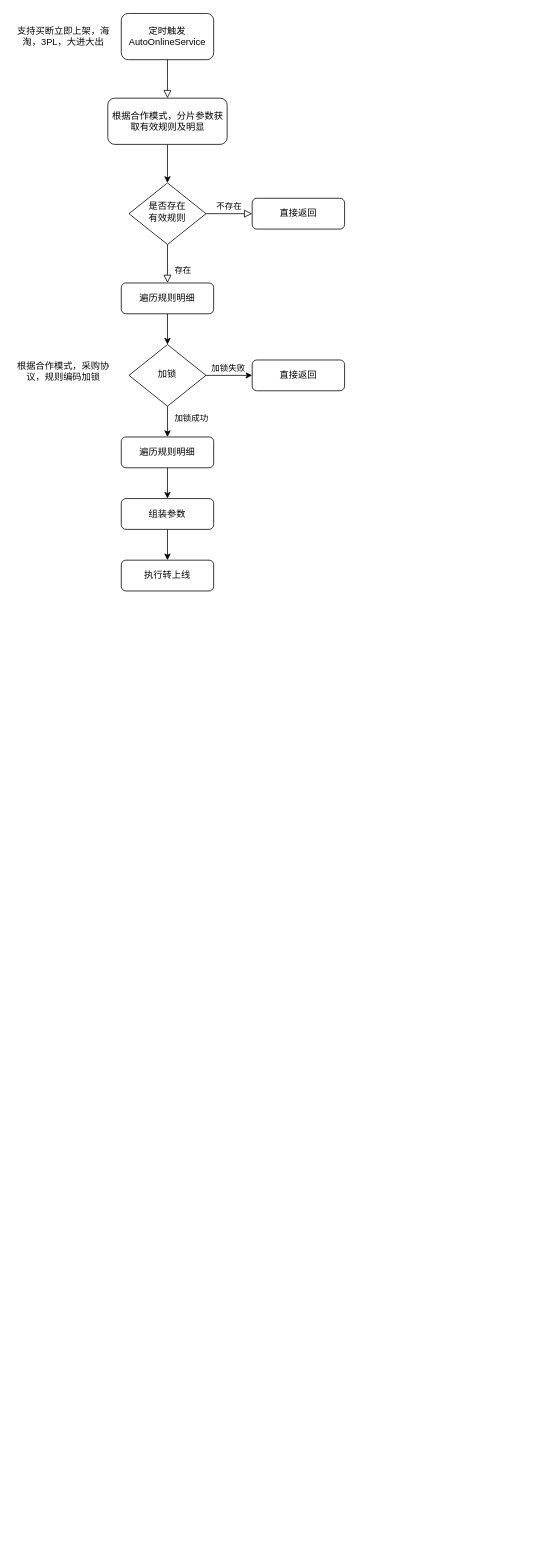
Above: src/main/java/swbrf/jvmpractice/未命名绘图.drawio in swbrf/exercise (draw.io), before the change. Source tidied: cells renumbered, new cells numbered last; positions are measured from the earlier drawing's top-left corner, leaving out a move shared by most shapes. Both pictures are drawn from the tidied source at 77%, with x=0, y=0 at pixel (13, 13).
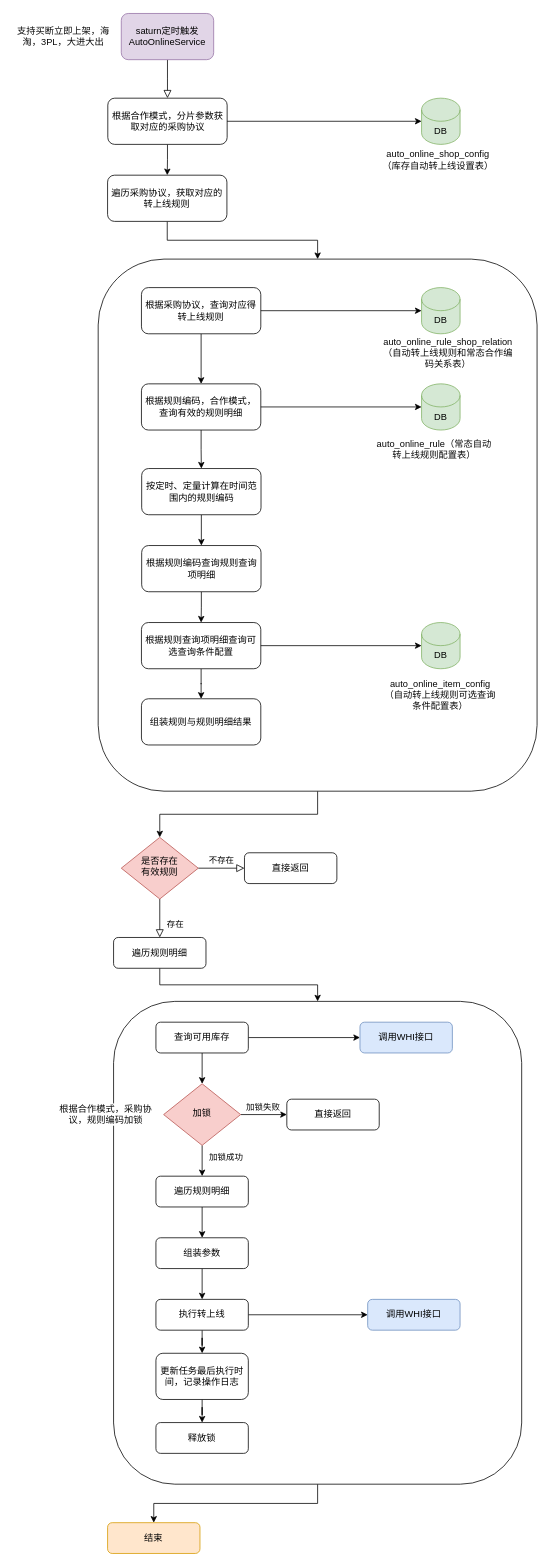
The same diagram, later.

Commit message:
更新未命名绘图.drawio

The edit, as a diff of the source:
```diff
@@
+    <mxCell id="25" style="edgeStyle=orthogonalEdgeStyle;rounded=0;jettySize=auto;html=1;" parent="1" edge="1" source="26" target="36">
+      <mxGeometry relative="1" as="geometry" />
+    </mxCell>
+    <mxCell id="26" style="rounded=1;whiteSpace=wrap;html=1;fontSize=12;glass=0;strokeWidth=1;shadow=0;" parent="1" vertex="1">
+      <mxGeometry x="130" y="1283" width="530" height="627" as="geometry" />
+    </mxCell>
+    <mxCell id="27" style="edgeStyle=orthogonalEdgeStyle;rounded=0;jettySize=auto;html=1;" parent="1" edge="1" source="28" target="8">
+      <mxGeometry relative="1" as="geometry" />
+    </mxCell>
+    <mxCell id="28" style="rounded=1;whiteSpace=wrap;html=1;fontSize=12;glass=0;strokeWidth=1;shadow=0;" parent="1" vertex="1">
+      <mxGeometry x="110" y="319" width="570" height="691" as="geometry" />
+    </mxCell>
@@
-    <mxCell id="3" value="定时触发&lt;div&gt;AutoOnlineService&lt;br&gt;&lt;/div&gt;" style="rounded=1;whiteSpace=wrap;html=1;fontSize=12;glass=0;strokeWidth=1;shadow=0;" parent="1" vertex="1">
+    <mxCell id="3" value="saturn定时触发&lt;div&gt;AutoOnlineService&lt;br&gt;&lt;/div&gt;" style="rounded=1;whiteSpace=wrap;html=1;fontSize=12;glass=0;strokeWidth=1;shadow=0;fillColor=#e1d5e7;strokeColor=#9673a6;" parent="1" vertex="1">
       <mxGeometry x="140" width="120" height="60" as="geometry" />
     </mxCell>
-    <mxCell id="4" style="edgeStyle=orthogonalEdgeStyle;rounded=0;jettySize=auto;html=1;" parent="1" edge="1" source="5" target="8">
-      <mxGeometry relative="1" as="geometry" />
-    </mxCell>
+    <mxCell id="29" style="edgeStyle=orthogonalEdgeStyle;rounded=0;jettySize=auto;html=1;" parent="1" edge="1" source="5" target="51">
+      <mxGeometry relative="1" as="geometry" />
+    </mxCell>
-    <mxCell id="5" value="根据合作模式，分片参数获取有效规则及明显" style="rounded=1;whiteSpace=wrap;html=1;fontSize=12;glass=0;strokeWidth=1;shadow=0;" parent="1" vertex="1">
+    <mxCell id="5" value="根据合作模式，分片参数获取对应的采购协议" style="rounded=1;whiteSpace=wrap;html=1;fontSize=12;glass=0;strokeWidth=1;shadow=0;" parent="1" vertex="1">
       <mxGeometry x="122.5" y="110" width="155" height="60" as="geometry" />
     </mxCell>
@@
-    <mxCell id="8" value="是否存在&lt;div&gt;有效规则&lt;/div&gt;" style="rhombus;whiteSpace=wrap;html=1;shadow=0;fontFamily=Helvetica;fontSize=12;align=center;strokeWidth=1;spacing=6;spacingTop=-4;" parent="1" vertex="1">
-      <mxGeometry x="150" y="220" width="100" height="80" as="geometry" />
+    <mxCell id="8" value="是否存在&lt;div&gt;有效规则&lt;/div&gt;" style="rhombus;whiteSpace=wrap;html=1;shadow=0;fontFamily=Helvetica;fontSize=12;align=center;strokeWidth=1;spacing=6;spacingTop=-4;fillColor=#f8cecc;strokeColor=#b85450;" parent="1" vertex="1">
+      <mxGeometry x="140" y="1070" width="100" height="80" as="geometry" />
     </mxCell>
-    <mxCell id="9" style="edgeStyle=orthogonalEdgeStyle;rounded=0;jettySize=auto;html=1;" parent="1" edge="1" source="10" target="17">
-      <mxGeometry relative="1" as="geometry" />
-    </mxCell>
+    <mxCell id="30" style="edgeStyle=orthogonalEdgeStyle;rounded=0;jettySize=auto;html=1;" parent="1" edge="1" source="10" target="26">
+      <mxGeometry relative="1" as="geometry" />
+    </mxCell>
     <mxCell id="10" value="遍历规则明细" style="rounded=1;whiteSpace=wrap;html=1;fontSize=12;glass=0;strokeWidth=1;shadow=0;" parent="1" vertex="1">
-      <mxGeometry x="140" y="350" width="120" height="40" as="geometry" />
+      <mxGeometry x="130" y="1200" width="120" height="40" as="geometry" />
     </mxCell>
     <mxCell id="11" value="直接返回" style="rounded=1;whiteSpace=wrap;html=1;fontSize=12;glass=0;strokeWidth=1;shadow=0;" parent="1" vertex="1">
-      <mxGeometry x="310" y="240" width="120" height="40" as="geometry" />
+      <mxGeometry x="300" y="1090" width="120" height="40" as="geometry" />
     </mxCell>
@@
-    <mxCell id="17" value="加锁" style="rhombus;whiteSpace=wrap;html=1;shadow=0;fontFamily=Helvetica;fontSize=12;align=center;strokeWidth=1;spacing=6;spacingTop=-4;" parent="1" vertex="1">
-      <mxGeometry x="150" y="430" width="100" height="80" as="geometry" />
+    <mxCell id="17" value="加锁" style="rhombus;whiteSpace=wrap;html=1;shadow=0;fontFamily=Helvetica;fontSize=12;align=center;strokeWidth=1;spacing=6;spacingTop=-4;fillColor=#f8cecc;strokeColor=#b85450;" parent="1" vertex="1">
+      <mxGeometry x="195" y="1390" width="100" height="80" as="geometry" />
     </mxCell>
     <mxCell id="18" value="&lt;p style=&quot;background-color: rgb(255, 255, 255);&quot;&gt;&lt;font color=&quot;#080808&quot;&gt;根据合作模式，采购协议，规则编码加锁&lt;/font&gt;&lt;/p&gt;" style="text;html=1;align=center;verticalAlign=middle;whiteSpace=wrap;rounded=0;" parent="1" vertex="1">
-      <mxGeometry y="450" width="130" height="30" as="geometry" />
+      <mxGeometry x="55" y="1415" width="130" height="30" as="geometry" />
     </mxCell>
     <mxCell id="19" value="直接返回" style="rounded=1;whiteSpace=wrap;html=1;fontSize=12;glass=0;strokeWidth=1;shadow=0;" parent="1" vertex="1">
-      <mxGeometry x="310" y="450" width="120" height="40" as="geometry" />
+      <mxGeometry x="355" y="1410" width="120" height="40" as="geometry" />
     </mxCell>
@@
     <mxCell id="21" value="遍历规则明细" style="rounded=1;whiteSpace=wrap;html=1;fontSize=12;glass=0;strokeWidth=1;shadow=0;" parent="1" vertex="1">
-      <mxGeometry x="140" y="550" width="120" height="40" as="geometry" />
+      <mxGeometry x="185" y="1510" width="120" height="40" as="geometry" />
     </mxCell>
@@
     <mxCell id="23" value="组装参数" style="rounded=1;whiteSpace=wrap;html=1;fontSize=12;glass=0;strokeWidth=1;shadow=0;" parent="1" vertex="1">
-      <mxGeometry x="140" y="630" width="120" height="40" as="geometry" />
+      <mxGeometry x="185" y="1590" width="120" height="40" as="geometry" />
     </mxCell>
+    <mxCell id="31" style="edgeStyle=orthogonalEdgeStyle;rounded=0;jettySize=auto;html=1;" parent="1" edge="1" source="24" target="34">
+      <mxGeometry relative="1" as="geometry" />
+    </mxCell>
+    <mxCell id="32" style="edgeStyle=orthogonalEdgeStyle;rounded=0;jettySize=auto;html=1;" parent="1" edge="1" source="24" target="66">
+      <mxGeometry relative="1" as="geometry" />
+    </mxCell>
     <mxCell id="24" value="执行转上线" style="rounded=1;whiteSpace=wrap;html=1;fontSize=12;glass=0;strokeWidth=1;shadow=0;" parent="1" vertex="1">
-      <mxGeometry x="140" y="710" width="120" height="40" as="geometry" />
+      <mxGeometry x="185" y="1670" width="120" height="40" as="geometry" />
     </mxCell>
+    <mxCell id="33" style="edgeStyle=orthogonalEdgeStyle;rounded=0;jettySize=auto;html=1;" parent="1" edge="1" source="34" target="35">
+      <mxGeometry relative="1" as="geometry" />
+    </mxCell>
+    <mxCell id="34" value="更新任务最后执行时间，记录操作日志" style="rounded=1;whiteSpace=wrap;html=1;fontSize=12;glass=0;strokeWidth=1;shadow=0;" parent="1" vertex="1">
+      <mxGeometry x="185" y="1740" width="120" height="60" as="geometry" />
+    </mxCell>
+    <mxCell id="35" value="释放锁" style="rounded=1;whiteSpace=wrap;html=1;fontSize=12;glass=0;strokeWidth=1;shadow=0;" parent="1" vertex="1">
+      <mxGeometry x="185" y="1830" width="120" height="40" as="geometry" />
+    </mxCell>
+    <mxCell id="36" value="结束" style="rounded=1;whiteSpace=wrap;html=1;fontSize=12;glass=0;strokeWidth=1;shadow=0;fillColor=#ffe6cc;strokeColor=#d79b00;" parent="1" vertex="1">
+      <mxGeometry x="122.2" y="1960" width="120" height="40" as="geometry" />
+    </mxCell>
+    <mxCell id="37" value="DB" style="shape=cylinder3;whiteSpace=wrap;html=1;boundedLbl=1;backgroundOutline=1;size=15;fillColor=#d5e8d4;strokeColor=#82b366;" parent="1" vertex="1">
+      <mxGeometry x="530" y="110" width="50" height="60" as="geometry" />
+    </mxCell>
+    <mxCell id="38" value="&lt;p style=&quot;background-color: rgb(255, 255, 255);&quot;&gt;&lt;span style=&quot;background-color: initial;&quot;&gt;&lt;font color=&quot;#080808&quot;&gt;auto_online_shop_config&lt;/font&gt;&lt;/span&gt;&lt;span style=&quot;background-color: initial;&quot;&gt;&lt;font color=&quot;#080808&quot;&gt;（&lt;/font&gt;&lt;/span&gt;&lt;span style=&quot;background-color: initial;&quot;&gt;&lt;font color=&quot;#080808&quot;&gt;库存自动转上线设置表&lt;/font&gt;&lt;/span&gt;&lt;span style=&quot;color: rgb(8, 8, 8); background-color: initial;&quot;&gt;）&lt;/span&gt;&lt;/p&gt;" style="text;html=1;align=center;verticalAlign=middle;whiteSpace=wrap;rounded=0;" parent="1" vertex="1">
+      <mxGeometry x="475" y="170" width="152.5" height="40" as="geometry" />
+    </mxCell>
+    <mxCell id="39" style="edgeStyle=orthogonalEdgeStyle;rounded=0;jettySize=auto;html=1;entryX=0;entryY=0.5;entryDx=0;entryDy=0;entryPerimeter=0;" parent="1" edge="1" source="5" target="37">
+      <mxGeometry relative="1" as="geometry" />
+    </mxCell>
+    <mxCell id="40" style="edgeStyle=orthogonalEdgeStyle;rounded=0;jettySize=auto;html=1;" parent="1" edge="1" source="41" target="46">
+      <mxGeometry relative="1" as="geometry" />
+    </mxCell>
+    <mxCell id="41" value="根据采购协议，查询对应得转上线规则" style="rounded=1;whiteSpace=wrap;html=1;fontSize=12;glass=0;strokeWidth=1;shadow=0;" parent="1" vertex="1">
+      <mxGeometry x="166.2" y="356" width="155" height="60" as="geometry" />
+    </mxCell>
+    <mxCell id="42" value="DB" style="shape=cylinder3;whiteSpace=wrap;html=1;boundedLbl=1;backgroundOutline=1;size=15;fillColor=#d5e8d4;strokeColor=#82b366;" parent="1" vertex="1">
+      <mxGeometry x="530" y="356" width="50" height="60" as="geometry" />
+    </mxCell>
+    <mxCell id="43" value="&lt;p style=&quot;background-color: rgb(255, 255, 255);&quot;&gt;&lt;span style=&quot;background-color: initial;&quot;&gt;&lt;font color=&quot;#080808&quot;&gt;auto_online_rule_shop_relation&lt;/font&gt;&lt;/span&gt;&lt;span style=&quot;background-color: initial;&quot;&gt;&lt;font color=&quot;#080808&quot;&gt;（&lt;/font&gt;&lt;/span&gt;&lt;span style=&quot;background-color: initial;&quot;&gt;&lt;font color=&quot;#080808&quot;&gt;自动转上线规则和常态合作编码关系表）&lt;/font&gt;&lt;/span&gt;&lt;/p&gt;" style="text;html=1;align=center;verticalAlign=middle;whiteSpace=wrap;rounded=0;" parent="1" vertex="1">
+      <mxGeometry x="475" y="416" width="178.8" height="50" as="geometry" />
+    </mxCell>
+    <mxCell id="44" style="edgeStyle=orthogonalEdgeStyle;rounded=0;jettySize=auto;html=1;entryX=0;entryY=0.5;entryDx=0;entryDy=0;entryPerimeter=0;" parent="1" edge="1" source="41" target="42">
+      <mxGeometry relative="1" as="geometry" />
+    </mxCell>
+    <mxCell id="45" style="edgeStyle=orthogonalEdgeStyle;rounded=0;jettySize=auto;html=1;entryX=0.5;entryY=0;entryDx=0;entryDy=0;" parent="1" edge="1" source="46" target="53">
+      <mxGeometry relative="1" as="geometry" />
+    </mxCell>
+    <mxCell id="46" value="根据规则编码，合作模式，查询有效的规则明细" style="rounded=1;whiteSpace=wrap;html=1;fontSize=12;glass=0;strokeWidth=1;shadow=0;" parent="1" vertex="1">
+      <mxGeometry x="166.2" y="481" width="155" height="60" as="geometry" />
+    </mxCell>
+    <mxCell id="47" value="DB" style="shape=cylinder3;whiteSpace=wrap;html=1;boundedLbl=1;backgroundOutline=1;size=15;fillColor=#d5e8d4;strokeColor=#82b366;" parent="1" vertex="1">
+      <mxGeometry x="530" y="481" width="50" height="60" as="geometry" />
+    </mxCell>
+    <mxCell id="48" value="&lt;p style=&quot;background-color: rgb(255, 255, 255);&quot;&gt;&lt;span style=&quot;background-color: initial;&quot;&gt;&lt;font color=&quot;#080808&quot;&gt;auto_online_rule&lt;/font&gt;&lt;/span&gt;&lt;span style=&quot;background-color: initial;&quot;&gt;&lt;font color=&quot;#080808&quot;&gt;（&lt;/font&gt;&lt;/span&gt;&lt;span style=&quot;background-color: initial;&quot;&gt;&lt;font color=&quot;#080808&quot;&gt;常态自动转上线规则配置表）&lt;/font&gt;&lt;/span&gt;&lt;/p&gt;" style="text;html=1;align=center;verticalAlign=middle;whiteSpace=wrap;rounded=0;" parent="1" vertex="1">
+      <mxGeometry x="469.8" y="541" width="153.1" height="50" as="geometry" />
+    </mxCell>
+    <mxCell id="49" style="edgeStyle=orthogonalEdgeStyle;rounded=0;jettySize=auto;html=1;entryX=0;entryY=0.5;entryDx=0;entryDy=0;entryPerimeter=0;" parent="1" edge="1" source="46" target="47">
+      <mxGeometry relative="1" as="geometry" />
+    </mxCell>
+    <mxCell id="50" style="edgeStyle=orthogonalEdgeStyle;rounded=0;jettySize=auto;html=1;" parent="1" edge="1" source="51" target="28">
+      <mxGeometry relative="1" as="geometry" />
+    </mxCell>
+    <mxCell id="51" value="遍历采购协议，获取对应的转上线规则" style="rounded=1;whiteSpace=wrap;html=1;fontSize=12;glass=0;strokeWidth=1;shadow=0;" parent="1" vertex="1">
+      <mxGeometry x="122.2" y="210" width="155" height="60" as="geometry" />
+    </mxCell>
+    <mxCell id="52" style="edgeStyle=orthogonalEdgeStyle;rounded=0;jettySize=auto;html=1;entryX=0.5;entryY=0;entryDx=0;entryDy=0;" parent="1" edge="1" source="53" target="55">
+      <mxGeometry relative="1" as="geometry" />
+    </mxCell>
+    <mxCell id="53" value="按定时、定量计算在时间范围内的规则编码" style="rounded=1;whiteSpace=wrap;html=1;fontSize=12;glass=0;strokeWidth=1;shadow=0;" parent="1" vertex="1">
+      <mxGeometry x="166.5" y="591" width="155" height="60" as="geometry" />
+    </mxCell>
+    <mxCell id="54" style="edgeStyle=orthogonalEdgeStyle;rounded=0;jettySize=auto;html=1;" parent="1" edge="1" source="55" target="57">
+      <mxGeometry relative="1" as="geometry" />
+    </mxCell>
+    <mxCell id="55" value="根据规则编码查询规则查询项明细" style="rounded=1;whiteSpace=wrap;html=1;fontSize=12;glass=0;strokeWidth=1;shadow=0;" parent="1" vertex="1">
+      <mxGeometry x="166.5" y="691" width="155" height="60" as="geometry" />
+    </mxCell>
+    <mxCell id="56" style="edgeStyle=orthogonalEdgeStyle;rounded=0;jettySize=auto;html=1;" parent="1" edge="1" source="57" target="61">
+      <mxGeometry relative="1" as="geometry" />
+    </mxCell>
+    <mxCell id="57" value="根据规则查询项明细查询可选查询条件配置" style="rounded=1;whiteSpace=wrap;html=1;fontSize=12;glass=0;strokeWidth=1;shadow=0;" parent="1" vertex="1">
+      <mxGeometry x="166.2" y="791" width="155" height="60" as="geometry" />
+    </mxCell>
+    <mxCell id="58" value="DB" style="shape=cylinder3;whiteSpace=wrap;html=1;boundedLbl=1;backgroundOutline=1;size=15;fillColor=#d5e8d4;strokeColor=#82b366;" parent="1" vertex="1">
+      <mxGeometry x="530" y="791" width="50" height="60" as="geometry" />
+    </mxCell>
+    <mxCell id="59" value="&lt;p style=&quot;background-color: rgb(255, 255, 255);&quot;&gt;&lt;span style=&quot;background-color: initial;&quot;&gt;&lt;font color=&quot;#080808&quot;&gt;auto_online_item_config&lt;/font&gt;&lt;/span&gt;&lt;span style=&quot;background-color: initial;&quot;&gt;&lt;font color=&quot;#080808&quot;&gt;（&lt;/font&gt;&lt;/span&gt;&lt;span style=&quot;background-color: initial;&quot;&gt;&lt;font color=&quot;#080808&quot;&gt;自动转上线规则可选查询条件配置表）&lt;/font&gt;&lt;/span&gt;&lt;/p&gt;" style="text;html=1;align=center;verticalAlign=middle;whiteSpace=wrap;rounded=0;" parent="1" vertex="1">
+      <mxGeometry x="478.4" y="860" width="153.1" height="50" as="geometry" />
+    </mxCell>
+    <mxCell id="60" style="edgeStyle=orthogonalEdgeStyle;rounded=0;jettySize=auto;html=1;entryX=0;entryY=0.5;entryDx=0;entryDy=0;entryPerimeter=0;" parent="1" edge="1" source="57" target="58">
+      <mxGeometry relative="1" as="geometry" />
+    </mxCell>
+    <mxCell id="61" value="组装规则与规则明细结果" style="rounded=1;whiteSpace=wrap;html=1;fontSize=12;glass=0;strokeWidth=1;shadow=0;" parent="1" vertex="1">
+      <mxGeometry x="166.2" y="890" width="155" height="60" as="geometry" />
+    </mxCell>
+    <mxCell id="62" style="edgeStyle=orthogonalEdgeStyle;rounded=0;jettySize=auto;html=1;" parent="1" edge="1" source="64" target="17">
+      <mxGeometry relative="1" as="geometry" />
+    </mxCell>
+    <mxCell id="63" style="edgeStyle=orthogonalEdgeStyle;rounded=0;jettySize=auto;html=1;" parent="1" edge="1" source="64" target="65">
+      <mxGeometry relative="1" as="geometry" />
+    </mxCell>
+    <mxCell id="64" value="查询可用库存" style="rounded=1;whiteSpace=wrap;html=1;fontSize=12;glass=0;strokeWidth=1;shadow=0;" parent="1" vertex="1">
+      <mxGeometry x="185" y="1310" width="120" height="40" as="geometry" />
+    </mxCell>
+    <mxCell id="65" value="调用WHI接口" style="rounded=1;whiteSpace=wrap;html=1;fontSize=12;glass=0;strokeWidth=1;shadow=0;fillColor=#dae8fc;strokeColor=#6c8ebf;" parent="1" vertex="1">
+      <mxGeometry x="450" y="1310" width="120" height="40" as="geometry" />
+    </mxCell>
+    <mxCell id="66" value="调用WHI接口" style="rounded=1;whiteSpace=wrap;html=1;fontSize=12;glass=0;strokeWidth=1;shadow=0;fillColor=#dae8fc;strokeColor=#6c8ebf;" parent="1" vertex="1">
+      <mxGeometry x="460" y="1670" width="120" height="40" as="geometry" />
+    </mxCell>
```
